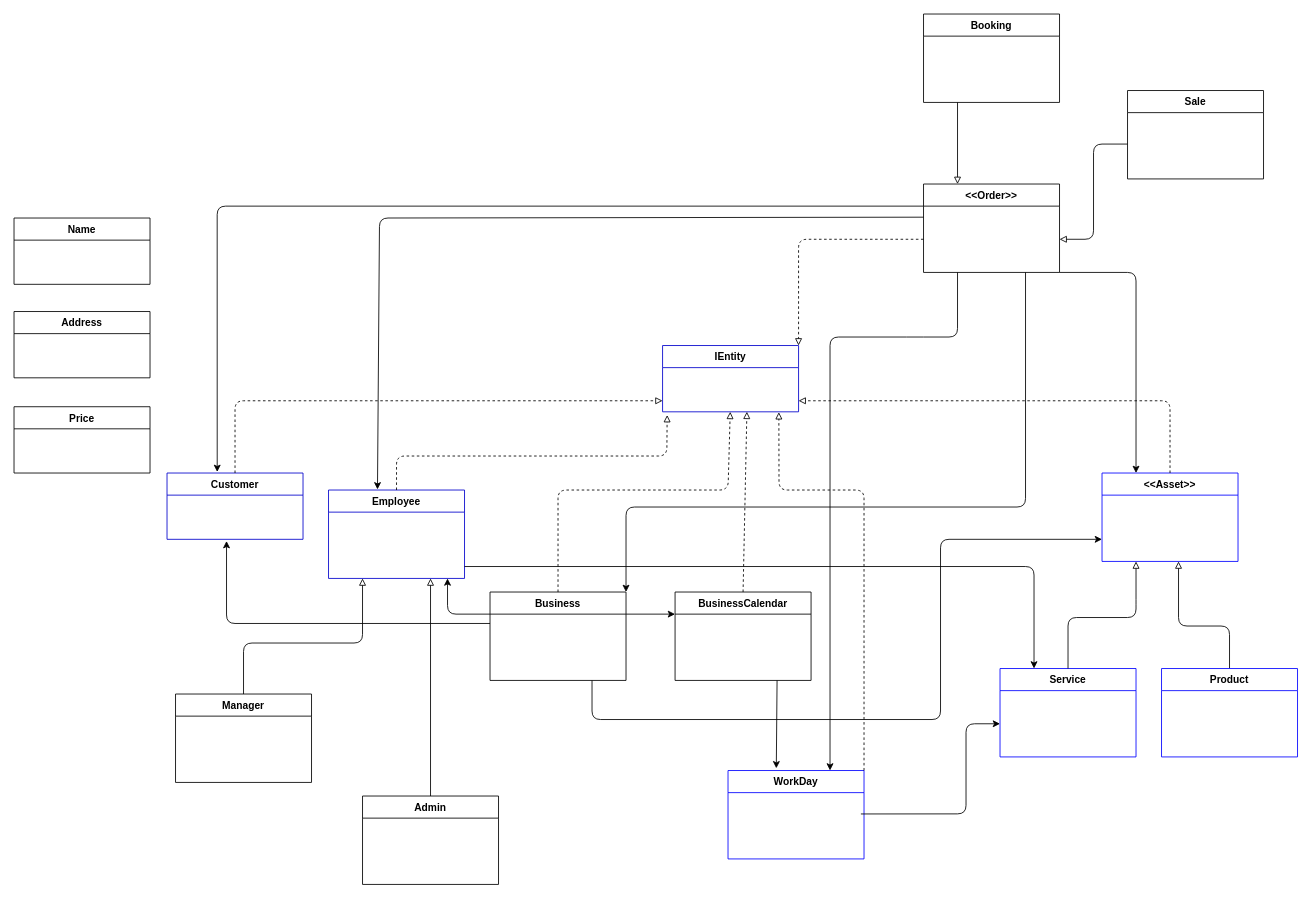
This is docs/Domain Relationship Diagram.drawio from devcicerojr/booksa, a draw.io file, before an edit. Source tidied: cells renumbered, new cells numbered last; positions are measured from the earlier drawing's top-left corner, leaving out a move shared by most shapes. Both pictures are drawn from the tidied source at 85%, with x=0, y=0 at pixel (14, 14).
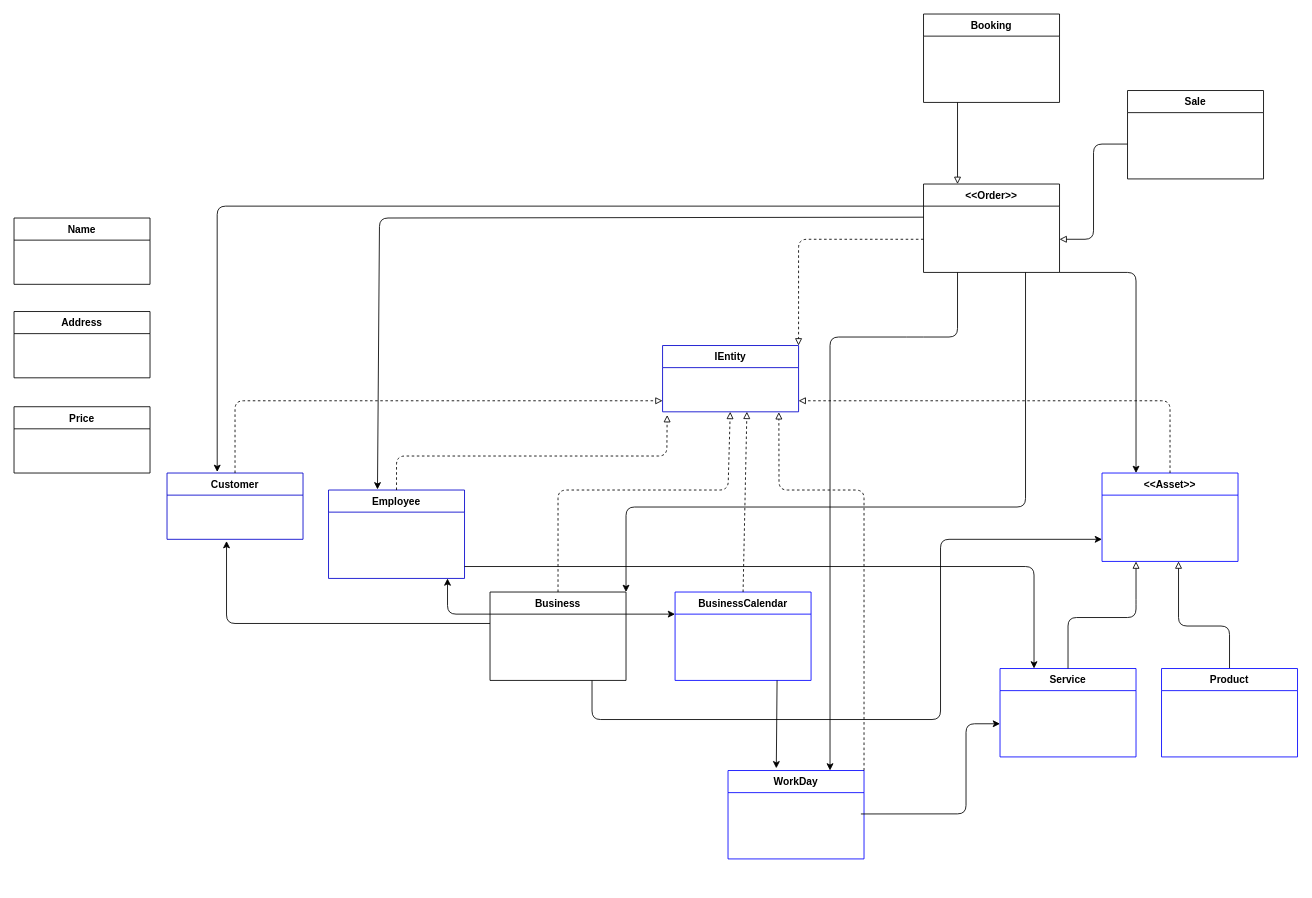
Above is the later version.

The change refers to these unchanged cells:
```xml
<mxCell id="5" value="Employee" style="swimlane;fontStyle=1;horizontal=1;startSize=26;rounded=0;shadow=0;strokeWidth=1;strokeColor=#0000CC;" parent="1" vertex="1">
  <mxGeometry x="370" y="560" width="160" height="104" as="geometry" />
</mxCell>
```

What changed in the source:
```diff
@@
-    <mxCell id="14" value="BusinessCalendar" style="swimlane;fontStyle=1;horizontal=1;startSize=26;rounded=0;shadow=0;strokeWidth=1;" parent="1" vertex="1">
+    <mxCell id="14" value="BusinessCalendar" style="swimlane;fontStyle=1;horizontal=1;startSize=26;rounded=0;shadow=0;strokeWidth=1;strokeColor=#0000FF;" parent="1" vertex="1">
       <mxGeometry x="777.7" y="680" width="160" height="104" as="geometry" />
     </mxCell>
@@
-    <mxCell id="17" value="Manager" style="swimlane;fontStyle=1;horizontal=1;startSize=26;rounded=0;shadow=0;strokeWidth=1;" parent="1" vertex="1">
-      <mxGeometry x="190" y="800" width="160" height="104" as="geometry" />
-    </mxCell>
-    <mxCell id="18" value="Admin" style="swimlane;fontStyle=1;horizontal=1;startSize=26;rounded=0;shadow=0;strokeWidth=1;" parent="1" vertex="1">
-      <mxGeometry x="410" y="920" width="160" height="104" as="geometry" />
-    </mxCell>
-    <mxCell id="19" style="endArrow=block;html=1;endFill=0;exitX=0.5;exitY=0;exitDx=0;exitDy=0;entryX=0.25;entryY=1;entryDx=0;entryDy=0;" parent="1" edge="1" source="17" target="5">
-      <mxGeometry relative="1" as="geometry">
-        <Array as="points">
-          <mxPoint x="270" y="740" />
-          <mxPoint x="410" y="740" />
-        </Array>
-      </mxGeometry>
-    </mxCell>
-    <mxCell id="20" style="endArrow=block;html=1;endFill=0;exitX=0.5;exitY=0;exitDx=0;exitDy=0;entryX=0.75;entryY=1;entryDx=0;entryDy=0;" parent="1" edge="1" source="18" target="5">
-      <mxGeometry relative="1" as="geometry" />
-    </mxCell>
```
